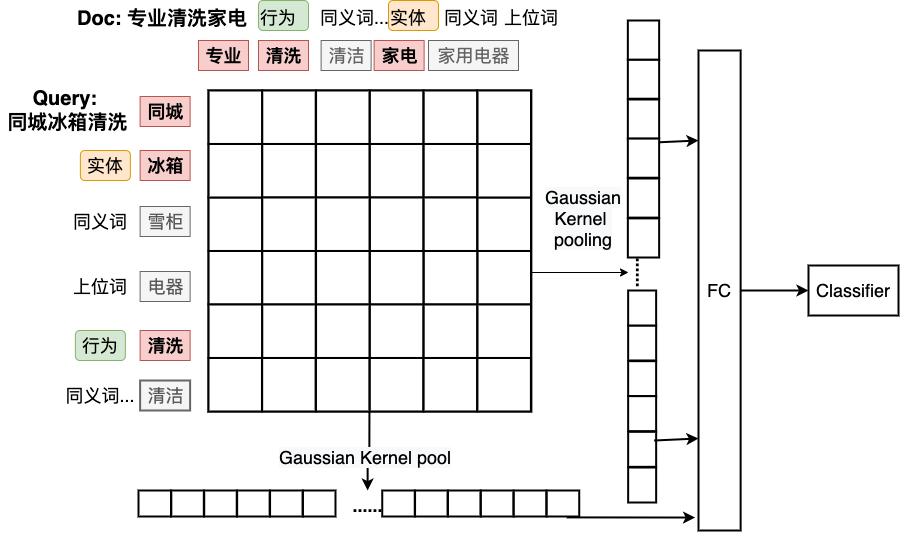
Earlier version of the draw.io export Untitled Diagram.png (gouxute/leetcode). Source tidied: cells renumbered, new cells last; positions are measured from the earlier drawing's top-left corner, leaving out a move shared by most shapes.
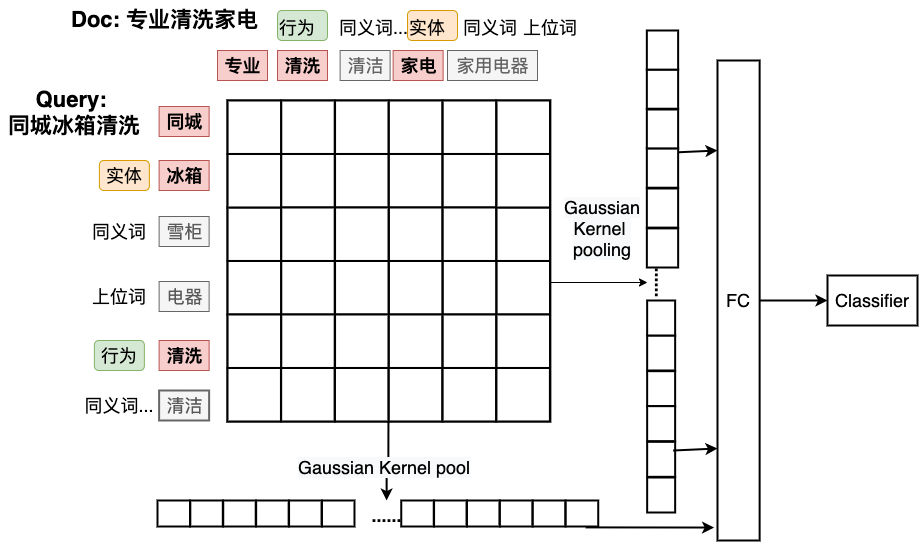
Later version of the same file.

The edit, as a diff of the source:
```diff
@@ -68,8 +68,8 @@
     <mxCell id="23" value="&lt;font style=&quot;font-size: 18px&quot;&gt;专业&lt;br&gt;&lt;/font&gt;" style="text;html=1;align=center;verticalAlign=middle;fontSize=18;fillColor=#f8cecc;strokeColor=#b85450;fontStyle=1;" parent="1" vertex="1">
       <mxGeometry x="198" y="40" width="50" height="30" as="geometry" />
     </mxCell>
-    <mxCell id="24" value="&lt;div style=&quot;text-align: center; font-size: 20px;&quot;&gt;&lt;span style=&quot;font-size: 20px;&quot;&gt;&lt;font face=&quot;helvetica&quot; style=&quot;font-size: 20px;&quot;&gt;&lt;b style=&quot;font-size: 20px;&quot;&gt;Doc: 专业清洗家电&lt;/b&gt;&lt;/font&gt;&lt;/span&gt;&lt;/div&gt;" style="text;whiteSpace=wrap;html=1;fontSize=20;labelBackgroundColor=none;" parent="1" vertex="1">
-      <mxGeometry x="75.4" width="178.5" height="30" as="geometry" />
+    <mxCell id="24" value="&lt;div style=&quot;text-align: center; font-size: 22px;&quot;&gt;&lt;span style=&quot;font-size: 22px;&quot;&gt;&lt;font face=&quot;helvetica&quot; style=&quot;font-size: 22px;&quot;&gt;&lt;b style=&quot;font-size: 22px;&quot;&gt;Doc: 专业清洗家电&lt;/b&gt;&lt;/font&gt;&lt;/span&gt;&lt;/div&gt;" style="text;whiteSpace=wrap;html=1;fontSize=22;labelBackgroundColor=none;" parent="1" vertex="1">
+      <mxGeometry x="49.5" y="-10" width="198.5" height="30" as="geometry" />
     </mxCell>
     <mxCell id="25" style="edgeStyle=orthogonalEdgeStyle;rounded=0;jettySize=auto;html=1;fontSize=18;exitX=1;exitY=1;exitDx=0;exitDy=0;strokeWidth=2;" parent="1" edge="1" source="63" target="77">
       <mxGeometry relative="1" as="geometry" />
@@ -86,8 +86,8 @@
     <mxCell id="29" value="Classifier" style="whiteSpace=wrap;html=1;rounded=0;glass=0;labelBackgroundColor=none;gradientColor=none;fontSize=18;align=center;strokeWidth=2;" parent="1" vertex="1">
       <mxGeometry x="808" y="265" width="90" height="50" as="geometry" />
     </mxCell>
-    <mxCell id="30" value="&lt;div style=&quot;text-align: center; font-size: 20px;&quot;&gt;&lt;font face=&quot;helvetica&quot; style=&quot;font-size: 20px;&quot;&gt;&lt;b style=&quot;font-size: 20px;&quot;&gt;Query:&lt;/b&gt;&lt;/font&gt;&lt;/div&gt;&lt;div style=&quot;text-align: center; font-size: 20px;&quot;&gt;&lt;font face=&quot;helvetica&quot; style=&quot;font-size: 20px;&quot;&gt;&lt;b style=&quot;font-size: 20px;&quot;&gt;&amp;nbsp;同城冰箱清洗&lt;/b&gt;&lt;/font&gt;&lt;/div&gt;" style="text;whiteSpace=wrap;html=1;fontSize=20;labelBackgroundColor=none;" parent="1" vertex="1">
-      <mxGeometry x="-0.1" y="80" width="130" height="30" as="geometry" />
+    <mxCell id="30" value="&lt;div style=&quot;text-align: center; font-size: 22px;&quot;&gt;&lt;font face=&quot;helvetica&quot; style=&quot;font-size: 22px;&quot;&gt;&lt;b style=&quot;font-size: 22px;&quot;&gt;Query:&lt;/b&gt;&lt;/font&gt;&lt;/div&gt;&lt;div style=&quot;text-align: center; font-size: 22px;&quot;&gt;&lt;font face=&quot;helvetica&quot; style=&quot;font-size: 22px;&quot;&gt;&lt;b style=&quot;font-size: 22px;&quot;&gt;&amp;nbsp;同城冰箱清洗&lt;/b&gt;&lt;/font&gt;&lt;/div&gt;" style="text;whiteSpace=wrap;html=1;fontSize=22;labelBackgroundColor=none;" parent="1" vertex="1">
+      <mxGeometry x="-18.5" y="70" width="158.1" height="30" as="geometry" />
     </mxCell>
     <mxCell id="31" style="group;strokeWidth=2;strokeColor=#000000;" parent="1" vertex="1">
       <mxGeometry x="208" y="90" width="322.9" height="321" as="geometry" />
```
